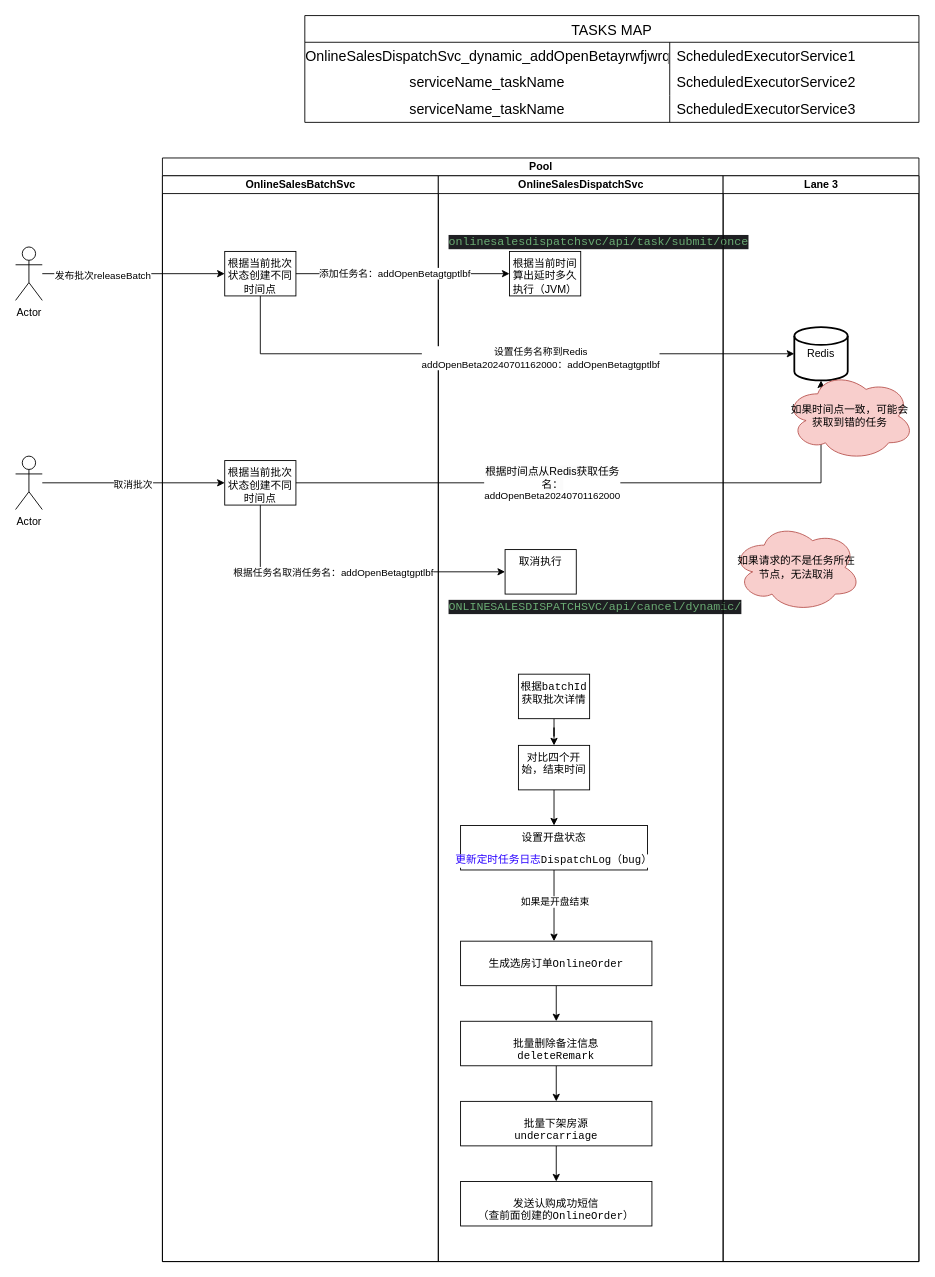
The draw.io diagram 开盘系统.drawio in juesuchen/diagrams, before the edit. Source tidied: cells renumbered, new cells numbered last; positions are measured from the earlier drawing's top-left corner, leaving out a move shared by most shapes. Both pictures are drawn from the tidied source at 89%, with x=0, y=0 at pixel (15, 15).
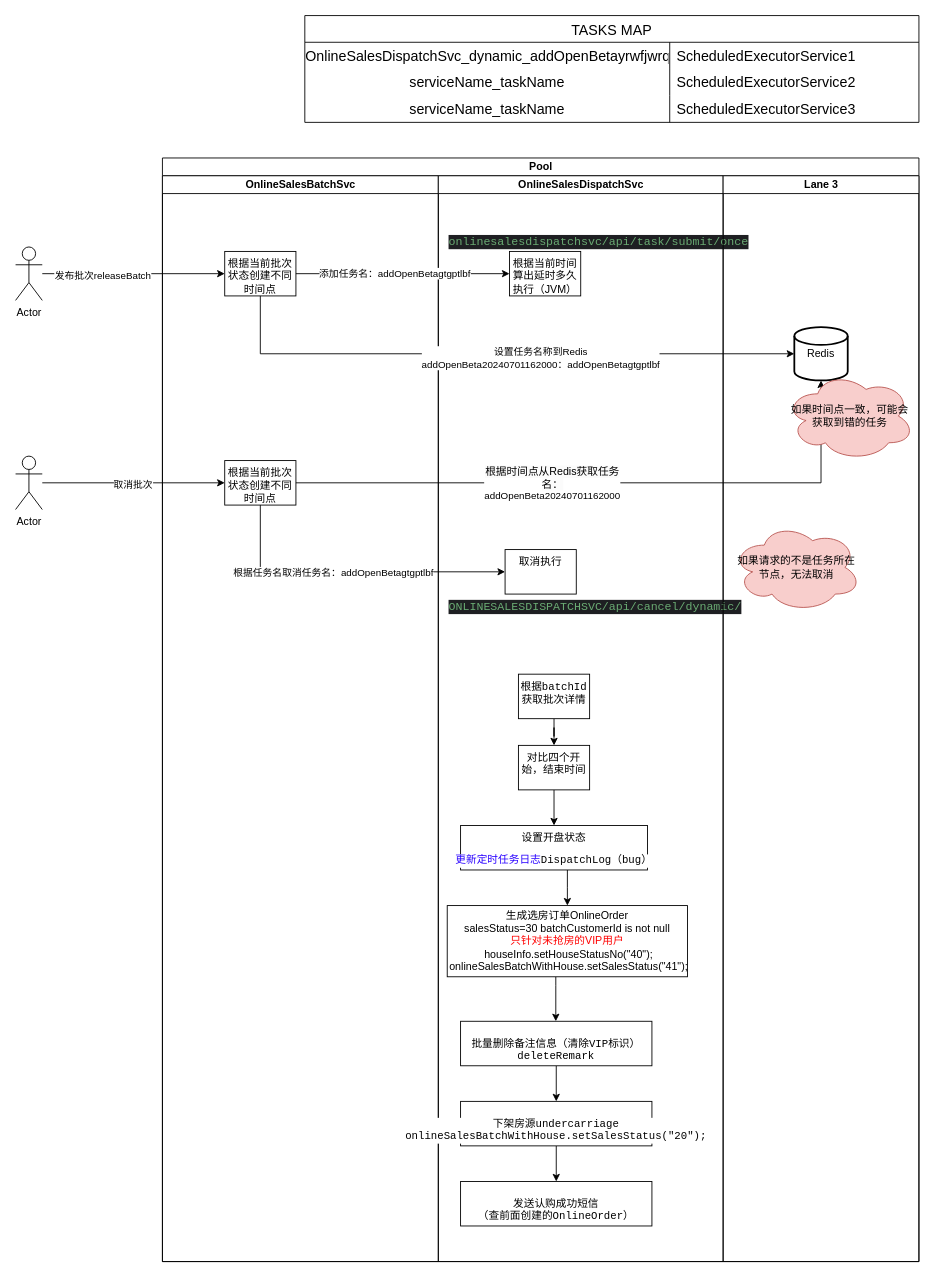
The same diagram, later.

Commit message:
更新开盘系统.drawio

The change refers to these unchanged cells:
```xml
<mxCell id="12" value="OnlineSalesDispatchSvc" style="swimlane;startSize=20;html=1;" parent="8" vertex="1">
  <mxGeometry x="310" y="20" width="320" height="1220" as="geometry" />
</mxCell>
<mxCell id="23" value="设置开盘状态&lt;div&gt;&lt;pre style=&quot;font-family: &amp;quot;Consolas&amp;quot;, courier; background: #ffffff&quot;&gt;&lt;span style=&quot;color: #2900ff;&quot;&gt;更新定时任务日志&lt;/span&gt;DispatchLog（bug）&lt;/pre&gt;&lt;/div&gt;" style="whiteSpace=wrap;html=1;verticalAlign=top;" parent="12" vertex="1">
  <mxGeometry x="25" y="730" width="210" height="50" as="geometry" />
</mxCell>
```

Change to the diagram source:
```diff
@@
-    <mxCell id="21" style="edgeStyle=orthogonalEdgeStyle;rounded=0;jettySize=auto;html=1;" parent="12" edge="1" source="23" target="25">
-      <mxGeometry relative="1" as="geometry">
-        <Array as="points">
-          <mxPoint x="130" y="820" />
-          <mxPoint x="130" y="820" />
-        </Array>
-      </mxGeometry>
-    </mxCell>
-    <mxCell id="22" value="如果是开盘结束" style="edgeLabel;html=1;align=center;verticalAlign=middle;" parent="21" vertex="1">
-      <mxGeometry x="-0.12" relative="1" as="geometry" />
-    </mxCell>
+    <mxCell id="55" style="edgeStyle=orthogonalEdgeStyle;rounded=0;jettySize=auto;html=1;" parent="12" edge="1" source="23" target="57">
+      <mxGeometry relative="1" as="geometry">
+        <Array as="points">
+          <mxPoint x="145" y="800" />
+          <mxPoint x="145" y="800" />
+        </Array>
+      </mxGeometry>
+    </mxCell>
@@
-    <mxCell id="24" style="edgeStyle=orthogonalEdgeStyle;rounded=0;jettySize=auto;html=1;" parent="12" edge="1" source="25" target="27">
-      <mxGeometry relative="1" as="geometry" />
-    </mxCell>
-    <mxCell id="25" value="&lt;pre style=&quot;background: rgb(255, 255, 255);&quot;&gt;&lt;font face=&quot;Consolas, courier&quot;&gt;生成选房订单&lt;/font&gt;OnlineOrder&lt;/pre&gt;" style="whiteSpace=wrap;html=1;verticalAlign=top;" parent="12" vertex="1">
-      <mxGeometry x="25" y="860" width="215" height="50" as="geometry" />
-    </mxCell>
@@
-    <mxCell id="27" value="&lt;pre style=&quot;background: rgb(255, 255, 255);&quot;&gt;&lt;font face=&quot;Consolas, courier&quot;&gt;批量删除备注信息&lt;br&gt;deleteRemark&lt;/font&gt;&lt;/pre&gt;" style="whiteSpace=wrap;html=1;verticalAlign=top;" parent="12" vertex="1">
+    <mxCell id="27" value="&lt;pre style=&quot;background: rgb(255, 255, 255);&quot;&gt;批量删除备注信息（清除VIP标识）&lt;br/&gt;deleteRemark&lt;br&gt;&lt;/pre&gt;" style="whiteSpace=wrap;html=1;verticalAlign=top;" parent="12" vertex="1">
       <mxGeometry x="25" y="950" width="215" height="50" as="geometry" />
     </mxCell>
@@
-    <mxCell id="29" value="&lt;pre style=&quot;background: rgb(255, 255, 255);&quot;&gt;&lt;font face=&quot;Consolas, courier&quot;&gt;批量下架房源&lt;br&gt;undercarriage&lt;/font&gt;&lt;/pre&gt;" style="whiteSpace=wrap;html=1;verticalAlign=top;align=center;" parent="12" vertex="1">
+    <mxCell id="29" value="&lt;pre style=&quot;background: rgb(255, 255, 255);&quot;&gt;&lt;font face=&quot;Consolas, courier&quot;&gt;下架房源undercarriage&lt;br/&gt;onlineSalesBatchWithHouse.setSalesStatus(&quot;20&quot;);&lt;/font&gt;&lt;br&gt;&lt;/pre&gt;" style="whiteSpace=wrap;html=1;verticalAlign=top;align=center;" parent="12" vertex="1">
       <mxGeometry x="25" y="1040" width="215" height="50" as="geometry" />
     </mxCell>
@@
+    <mxCell id="56" style="edgeStyle=orthogonalEdgeStyle;rounded=0;jettySize=auto;html=1;" parent="12" edge="1" source="57" target="27">
+      <mxGeometry relative="1" as="geometry">
+        <Array as="points">
+          <mxPoint x="132" y="910" />
+          <mxPoint x="132" y="910" />
+        </Array>
+      </mxGeometry>
+    </mxCell>
+    <mxCell id="57" value="&lt;div&gt;生成选房订单OnlineOrder&lt;/div&gt;&lt;div&gt;salesStatus=30 batchCustomerId is not null&lt;/div&gt;&lt;div&gt;&lt;font color=&quot;#ff0000&quot;&gt;只针对未抢房的VIP用户&lt;/font&gt;&lt;/div&gt;&lt;div&gt;&amp;nbsp;houseInfo.setHouseStatusNo(&quot;40&quot;);&lt;/div&gt;&lt;div&gt;&amp;nbsp;onlineSalesBatchWithHouse.setSalesStatus(&quot;41&quot;);&lt;/div&gt;" style="rounded=0;whiteSpace=wrap;html=1;" parent="12" vertex="1">
+      <mxGeometry x="10" y="820" width="270" height="80" as="geometry" />
+    </mxCell>
```
